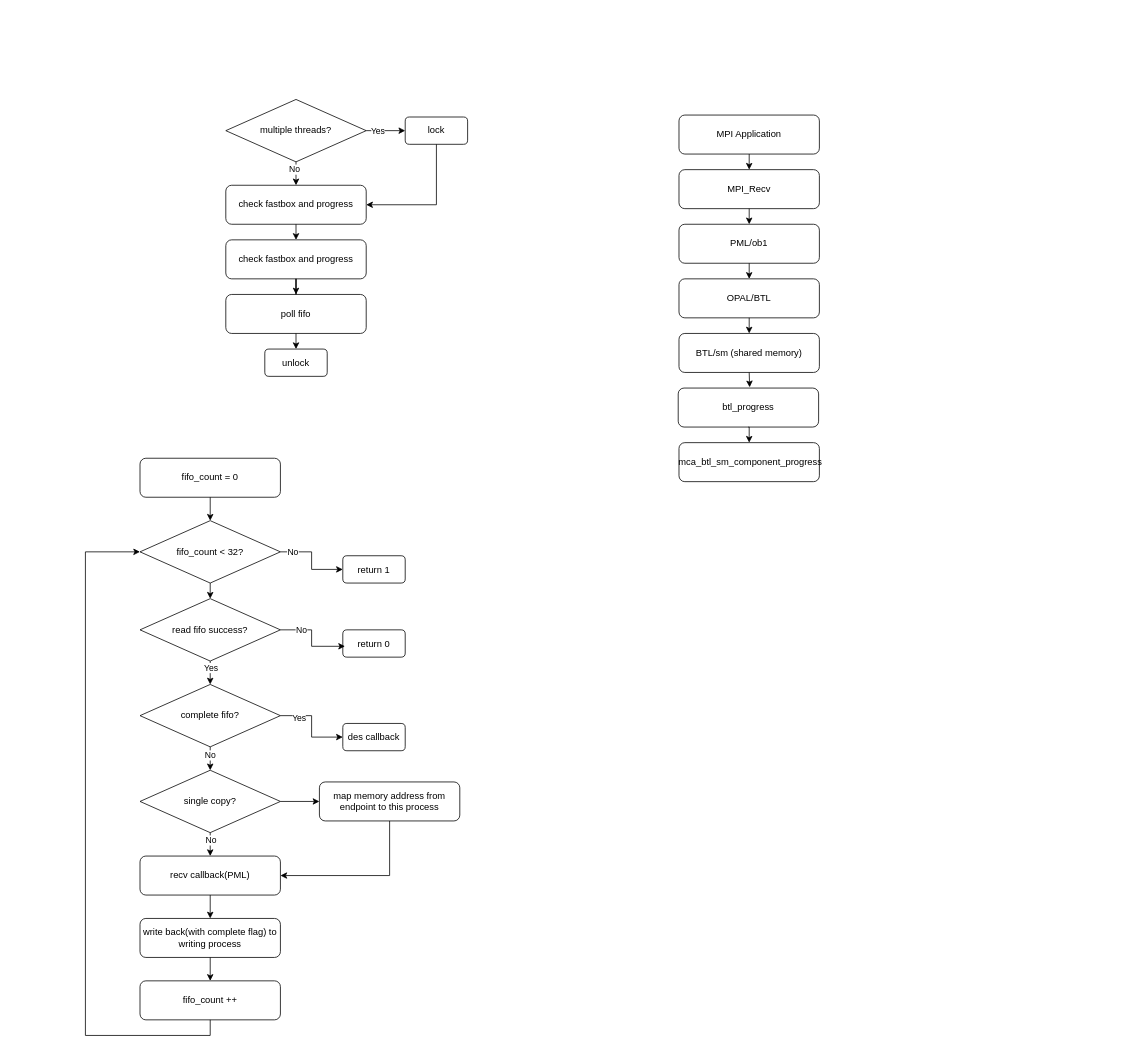
The draw.io diagram ompi/btl-sm-recv-flow.drawio in Troyself/img-design-draw-io, before the edit. Source tidied: cells renumbered, new cells numbered last; positions are measured from the earlier drawing's top-left corner, leaving out a move shared by most shapes. Both pictures are drawn from the tidied source at 78%, with x=0, y=0 at pixel (85, 99).
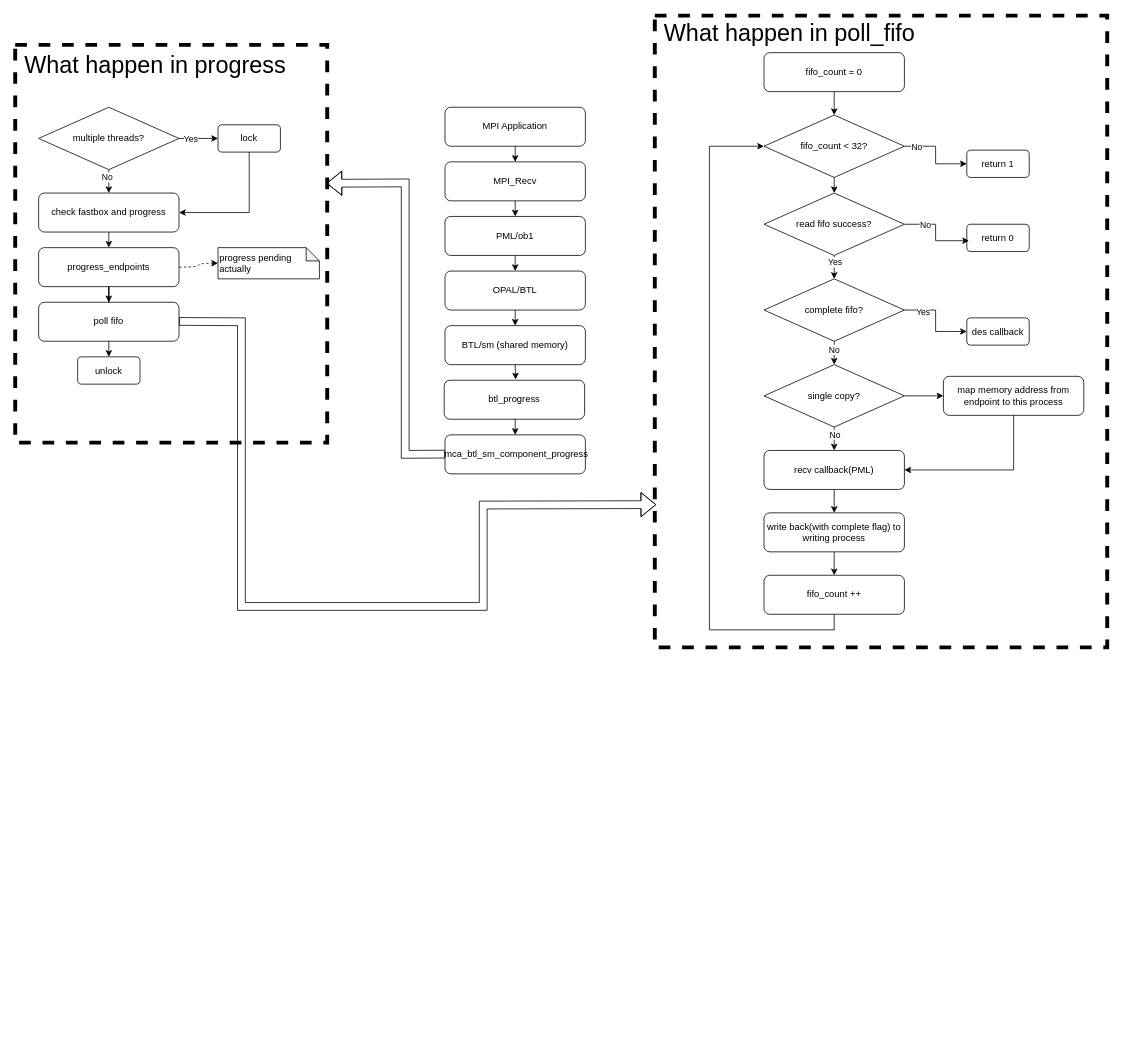
After the change.

What changed in the source:
```diff
@@
+    <mxCell id="61" style="rounded=0;whiteSpace=wrap;html=1;fillColor=none;dashed=1;strokeWidth=5;" parent="1" vertex="1">
+      <mxGeometry x="-90" y="-70" width="400" height="510" as="geometry" />
+    </mxCell>
@@
     <mxCell id="3" value="MPI Application" style="rounded=1;whiteSpace=wrap;html=1;fillColor=none;" parent="1" vertex="1">
-      <mxGeometry x="761" y="20" width="180" height="50" as="geometry" />
+      <mxGeometry x="461" y="10" width="180" height="50" as="geometry" />
     </mxCell>
@@
     <mxCell id="5" value="MPI_Recv" style="rounded=1;whiteSpace=wrap;html=1;fillColor=none;" parent="1" vertex="1">
-      <mxGeometry x="761" y="90" width="180" height="50" as="geometry" />
+      <mxGeometry x="461" y="80" width="180" height="50" as="geometry" />
     </mxCell>
@@
     <mxCell id="7" value="PML/ob1" style="rounded=1;whiteSpace=wrap;html=1;fillColor=none;" parent="1" vertex="1">
-      <mxGeometry x="761" y="160" width="180" height="50" as="geometry" />
+      <mxGeometry x="461" y="150" width="180" height="50" as="geometry" />
     </mxCell>
@@
     <mxCell id="9" value="OPAL/BTL" style="rounded=1;whiteSpace=wrap;html=1;fillColor=none;" parent="1" vertex="1">
-      <mxGeometry x="761" y="230" width="180" height="50" as="geometry" />
+      <mxGeometry x="461" y="220" width="180" height="50" as="geometry" />
     </mxCell>
     <mxCell id="10" value="BTL/sm (shared memory)" style="rounded=1;whiteSpace=wrap;html=1;fillColor=none;" parent="1" vertex="1">
-      <mxGeometry x="761" y="300" width="180" height="50" as="geometry" />
+      <mxGeometry x="461" y="290" width="180" height="50" as="geometry" />
     </mxCell>
@@
     <mxCell id="12" value="btl_progress" style="rounded=1;whiteSpace=wrap;html=1;fillColor=none;" parent="1" vertex="1">
-      <mxGeometry x="760" y="370" width="180" height="50" as="geometry" />
+      <mxGeometry x="460" y="360" width="180" height="50" as="geometry" />
     </mxCell>
     <mxCell id="13" value="&amp;nbsp;mca_btl_sm_component_progress" style="rounded=1;whiteSpace=wrap;html=1;fillColor=none;" parent="1" vertex="1">
-      <mxGeometry x="761" y="440" width="180" height="50" as="geometry" />
+      <mxGeometry x="461" y="430" width="180" height="50" as="geometry" />
     </mxCell>
@@
     <mxCell id="19" value="multiple threads?" style="rhombus;whiteSpace=wrap;html=1;fillColor=none;" parent="1" vertex="1">
-      <mxGeometry x="180" width="180" height="80" as="geometry" />
+      <mxGeometry x="-60" y="10" width="180" height="80" as="geometry" />
     </mxCell>
@@
     <mxCell id="21" value="check fastbox and progress" style="rounded=1;whiteSpace=wrap;html=1;fillColor=none;" parent="1" vertex="1">
-      <mxGeometry x="180" y="110" width="180" height="50" as="geometry" />
+      <mxGeometry x="-60" y="120" width="180" height="50" as="geometry" />
     </mxCell>
@@
     <mxCell id="23" value="lock" style="rounded=1;whiteSpace=wrap;html=1;fillColor=none;" parent="1" vertex="1">
-      <mxGeometry x="410" y="22.5" width="80" height="35" as="geometry" />
+      <mxGeometry x="170" y="32.5" width="80" height="35" as="geometry" />
     </mxCell>
@@
+    <mxCell id="62" style="edgeStyle=orthogonalEdgeStyle;rounded=0;jettySize=auto;html=1;curved=1;dashed=1;" parent="1" edge="1" source="26" target="68">
+      <mxGeometry relative="1" as="geometry" />
+    </mxCell>
-    <mxCell id="26" value="check fastbox and progress" style="rounded=1;whiteSpace=wrap;html=1;fillColor=none;" parent="1" vertex="1">
-      <mxGeometry x="180" y="180" width="180" height="50" as="geometry" />
+    <mxCell id="26" value="progress_endpoints" style="rounded=1;whiteSpace=wrap;html=1;fillColor=none;" parent="1" vertex="1">
+      <mxGeometry x="-60" y="190" width="180" height="50" as="geometry" />
     </mxCell>
@@
     <mxCell id="28" value="poll fifo" style="rounded=1;whiteSpace=wrap;html=1;fillColor=none;" parent="1" vertex="1">
-      <mxGeometry x="180" y="250" width="180" height="50" as="geometry" />
+      <mxGeometry x="-60" y="260" width="180" height="50" as="geometry" />
     </mxCell>
     <mxCell id="29" value="unlock" style="rounded=1;whiteSpace=wrap;html=1;fillColor=none;" parent="1" vertex="1">
-      <mxGeometry x="230" y="320" width="80" height="35" as="geometry" />
+      <mxGeometry x="-10" y="330" width="80" height="35" as="geometry" />
     </mxCell>
@@
     <mxCell id="31" value="fifo_count = 0" style="rounded=1;whiteSpace=wrap;html=1;fillColor=none;" parent="1" vertex="1">
-      <mxGeometry x="70" y="460" width="180" height="50" as="geometry" />
+      <mxGeometry x="870" y="-60" width="180" height="50" as="geometry" />
     </mxCell>
@@
     <mxCell id="35" value="fifo_count &amp;lt; 32?" style="rhombus;whiteSpace=wrap;html=1;fillColor=none;" parent="1" vertex="1">
-      <mxGeometry x="70" y="540" width="180" height="80" as="geometry" />
+      <mxGeometry x="870" y="20" width="180" height="80" as="geometry" />
     </mxCell>
     <mxCell id="36" value="return 1" style="rounded=1;whiteSpace=wrap;html=1;fillColor=none;" parent="1" vertex="1">
-      <mxGeometry x="330" y="585" width="80" height="35" as="geometry" />
+      <mxGeometry x="1130" y="65" width="80" height="35" as="geometry" />
     </mxCell>
     <mxCell id="37" style="edgeStyle=orthogonalEdgeStyle;rounded=0;jettySize=auto;html=1;exitX=0.5;exitY=1;exitDx=0;exitDy=0;entryX=0.5;entryY=0;entryDx=0;entryDy=0;" parent="1" edge="1" source="39">
       <mxGeometry relative="1" as="geometry">
-        <mxPoint x="160" y="750" as="targetPoint" />
+        <mxPoint x="960" y="230" as="targetPoint" />
       </mxGeometry>
     </mxCell>
@@
     <mxCell id="39" value="read fifo success?" style="rhombus;whiteSpace=wrap;html=1;fillColor=none;" parent="1" vertex="1">
-      <mxGeometry x="70" y="640" width="180" height="80" as="geometry" />
+      <mxGeometry x="870" y="120" width="180" height="80" as="geometry" />
     </mxCell>
     <mxCell id="40" value="return 0" style="rounded=1;whiteSpace=wrap;html=1;fillColor=none;" parent="1" vertex="1">
-      <mxGeometry x="330" y="680" width="80" height="35" as="geometry" />
+      <mxGeometry x="1130" y="160" width="80" height="35" as="geometry" />
     </mxCell>
@@
     <mxCell id="46" value="single copy?" style="rhombus;whiteSpace=wrap;html=1;fillColor=none;" parent="1" vertex="1">
-      <mxGeometry x="70" y="860" width="180" height="80" as="geometry" />
+      <mxGeometry x="870" y="340" width="180" height="80" as="geometry" />
     </mxCell>
@@
     <mxCell id="48" value="recv callback(PML)" style="rounded=1;whiteSpace=wrap;html=1;fillColor=none;" parent="1" vertex="1">
-      <mxGeometry x="70" y="970" width="180" height="50" as="geometry" />
+      <mxGeometry x="870" y="450" width="180" height="50" as="geometry" />
     </mxCell>
@@
     <mxCell id="50" value="map memory address from endpoint to this process" style="rounded=1;whiteSpace=wrap;html=1;fillColor=none;" parent="1" vertex="1">
-      <mxGeometry x="300" y="875" width="180" height="50" as="geometry" />
+      <mxGeometry x="1100" y="355" width="180" height="50" as="geometry" />
     </mxCell>
@@
     <mxCell id="52" value="write back(with complete flag) to writing process" style="rounded=1;whiteSpace=wrap;html=1;fillColor=none;" parent="1" vertex="1">
-      <mxGeometry x="70" y="1050" width="180" height="50" as="geometry" />
+      <mxGeometry x="870" y="530" width="180" height="50" as="geometry" />
     </mxCell>
@@
     <mxCell id="57" value="complete fifo?" style="rhombus;whiteSpace=wrap;html=1;fillColor=none;" parent="1" vertex="1">
-      <mxGeometry x="70" y="750" width="180" height="80" as="geometry" />
+      <mxGeometry x="870" y="230" width="180" height="80" as="geometry" />
     </mxCell>
     <mxCell id="58" value="des callback" style="rounded=1;whiteSpace=wrap;html=1;fillColor=none;" parent="1" vertex="1">
-      <mxGeometry x="330" y="800" width="80" height="35" as="geometry" />
+      <mxGeometry x="1130" y="280" width="80" height="35" as="geometry" />
     </mxCell>
     <mxCell id="59" style="edgeStyle=orthogonalEdgeStyle;rounded=0;jettySize=auto;html=1;exitX=0.5;exitY=1;exitDx=0;exitDy=0;" parent="1" edge="1" source="60" target="35">
       <mxGeometry relative="1" as="geometry">
         <Array as="points">
-          <mxPoint x="160" y="1200" />
-          <mxPoint y="1200" />
-          <mxPoint y="580" />
+          <mxPoint x="960" y="680" />
+          <mxPoint x="800" y="680" />
+          <mxPoint x="800" y="60" />
         </Array>
       </mxGeometry>
     </mxCell>
     <mxCell id="60" value="fifo_count ++" style="rounded=1;whiteSpace=wrap;html=1;fillColor=none;" parent="1" vertex="1">
-      <mxGeometry x="70" y="1130" width="180" height="50" as="geometry" />
+      <mxGeometry x="870" y="610" width="180" height="50" as="geometry" />
     </mxCell>
+    <mxCell id="63" value="What happen in progress" style="text;html=1;align=left;verticalAlign=middle;whiteSpace=wrap;rounded=0;fontSize=30;" parent="1" vertex="1">
+      <mxGeometry x="-80" y="-60" width="340" height="30" as="geometry" />
+    </mxCell>
+    <mxCell id="64" style="shape=flexArrow;endArrow=classic;html=1;rounded=0;entryX=0.998;entryY=0.348;entryDx=0;entryDy=0;entryPerimeter=0;" parent="1" edge="1" target="61">
+      <mxGeometry relative="1" as="geometry">
+        <mxPoint x="461" y="454.7" as="sourcePoint" />
+        <Array as="points">
+          <mxPoint x="410" y="455" />
+          <mxPoint x="410" y="107" />
+        </Array>
+      </mxGeometry>
+    </mxCell>
+    <mxCell id="65" style="rounded=0;whiteSpace=wrap;html=1;fillColor=none;dashed=1;strokeWidth=5;" parent="1" vertex="1">
+      <mxGeometry x="730" y="-107.5" width="580" height="810" as="geometry" />
+    </mxCell>
+    <mxCell id="66" value="What happen in poll_fifo" style="text;html=1;align=left;verticalAlign=middle;whiteSpace=wrap;rounded=0;fontSize=30;" parent="1" vertex="1">
+      <mxGeometry x="740" y="-100" width="340" height="30" as="geometry" />
+    </mxCell>
+    <mxCell id="67" style="shape=flexArrow;endArrow=classic;html=1;rounded=0;entryX=0.003;entryY=0.774;entryDx=0;entryDy=0;entryPerimeter=0;" parent="1" edge="1" target="65">
+      <mxGeometry relative="1" as="geometry">
+        <mxPoint x="120" y="284.6" as="sourcePoint" />
+        <Array as="points">
+          <mxPoint x="200" y="285" />
+          <mxPoint x="200" y="650" />
+          <mxPoint x="510" y="650" />
+          <mxPoint x="510" y="520" />
+        </Array>
+      </mxGeometry>
+    </mxCell>
+    <mxCell id="68" value="progress pending&lt;div&gt;actually&lt;/div&gt;" style="shape=note;whiteSpace=wrap;html=1;backgroundOutline=1;darkOpacity=0.05;fillColor=none;align=left;size=17;" parent="1" vertex="1">
+      <mxGeometry x="170" y="190" width="130" height="40" as="geometry" />
+    </mxCell>
```
